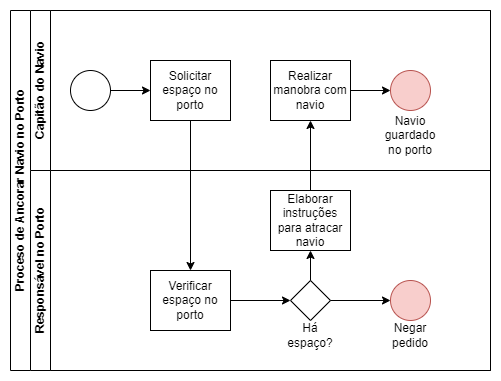
Earlier version of the draw.io export Midia Externa/navio.png (gui1080/TCC_ProjetoCalliandra). Source tidied: cells renumbered, new cells last; positions are measured from the earlier drawing's top-left corner, leaving out a move shared by most shapes.
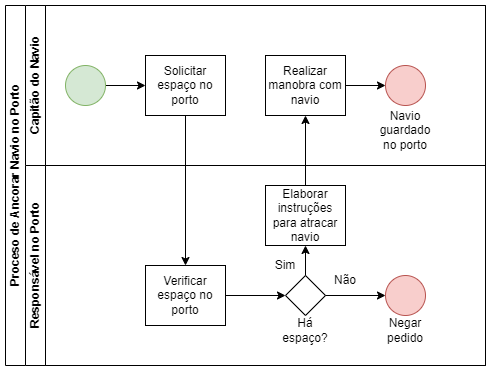
The same diagram one commit later.

Diff of the diagram source:
```diff
@@ -11,7 +11,7 @@
     <mxCell id="4" style="edgeStyle=orthogonalEdgeStyle;rounded=0;jettySize=auto;html=1;" parent="3" edge="1" source="5" target="6">
       <mxGeometry relative="1" as="geometry" />
     </mxCell>
-    <mxCell id="5" style="ellipse;whiteSpace=wrap;html=1;" parent="3" vertex="1">
+    <mxCell id="5" style="ellipse;whiteSpace=wrap;html=1;fillColor=#d5e8d4;strokeColor=#82b366;" parent="3" vertex="1">
       <mxGeometry x="40" y="60" width="40" height="40" as="geometry" />
     </mxCell>
     <mxCell id="6" value="Solicitar espaço no porto" style="rounded=0;whiteSpace=wrap;html=1;fontFamily=Helvetica;fontSize=12;fontColor=#000000;align=center;" parent="3" vertex="1">
@@ -59,6 +59,12 @@
     <mxCell id="20" style="endArrow=classic;html=1;rounded=0;exitX=0.5;exitY=0;exitDx=0;exitDy=0;entryX=0.5;entryY=1;entryDx=0;entryDy=0;" parent="11" edge="1" source="14" target="19">
       <mxGeometry relative="1" as="geometry" />
     </mxCell>
+    <mxCell id="24" value="Não" style="text;html=1;strokeColor=none;fillColor=none;align=center;verticalAlign=middle;whiteSpace=wrap;rounded=0;" parent="11" vertex="1">
+      <mxGeometry x="290" y="100" width="60" height="30" as="geometry" />
+    </mxCell>
+    <mxCell id="25" value="Sim" style="text;html=1;strokeColor=none;fillColor=none;align=center;verticalAlign=middle;whiteSpace=wrap;rounded=0;" parent="11" vertex="1">
+      <mxGeometry x="230" y="85" width="60" height="30" as="geometry" />
+    </mxCell>
     <mxCell id="21" style="edgeStyle=orthogonalEdgeStyle;rounded=0;jettySize=auto;html=1;entryX=0.5;entryY=0;entryDx=0;entryDy=0;" parent="2" edge="1" source="6" target="13">
       <mxGeometry relative="1" as="geometry" />
     </mxCell>
```
